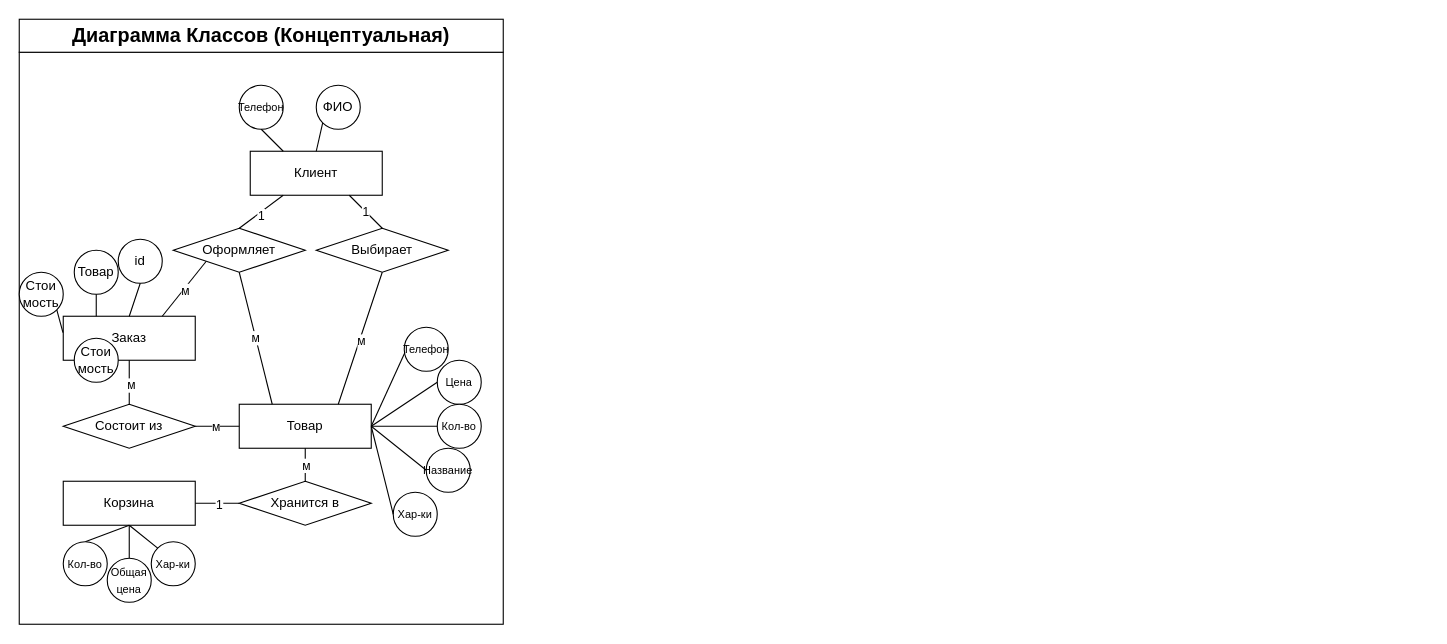
randomRETARDpills2007/Kypco8a9 keeps this draw.io diagram as page "Class Концептуальная" (4 of 6) of Диаграмма_вариантов_использования.drawio. Above is the earlier version. Source tidied: cells renumbered, new cells numbered last; positions are measured from the earlier drawing's top-left corner, leaving out a move shared by most shapes. Both pictures are drawn from the tidied source at 110%, with x=0, y=0 at pixel (19, 19).
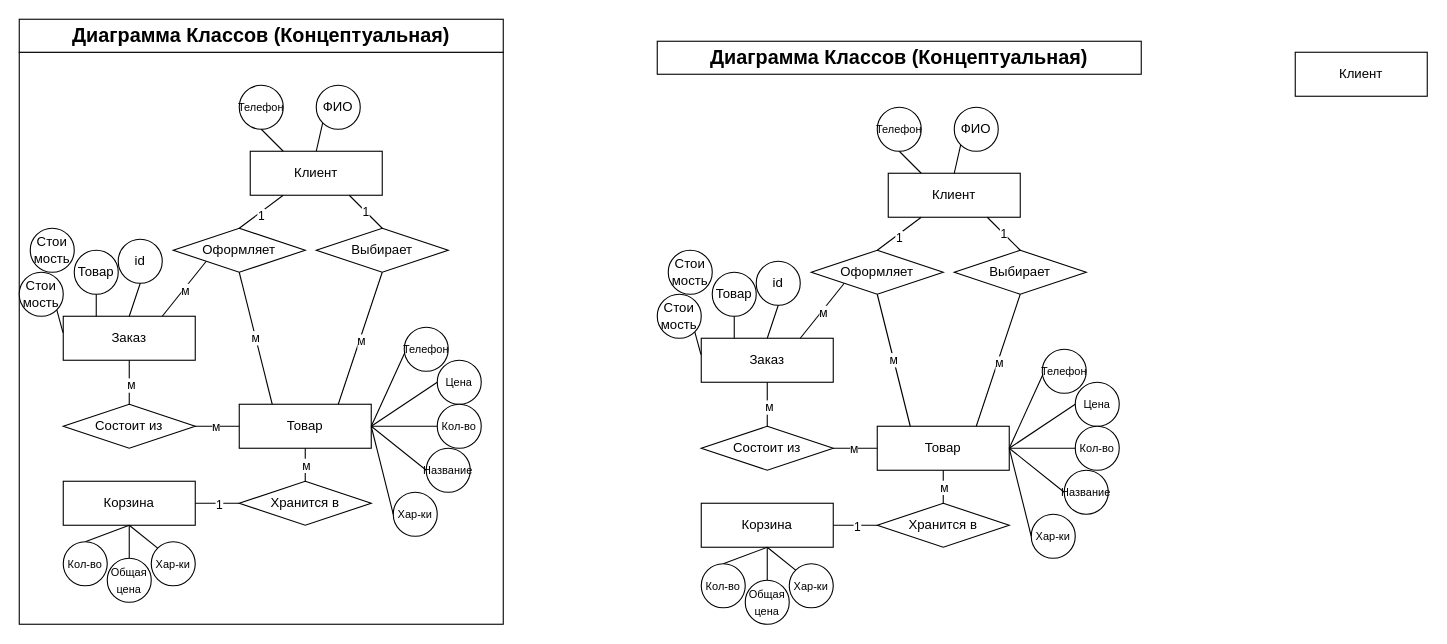
The same page after the edit.

Diff of the diagram source:
```diff
@@
     <mxCell id="56" value="Стои&lt;br&gt;мость" style="ellipse;whiteSpace=wrap;html=1;rotation=0;" parent="1" vertex="1">
-      <mxGeometry x="50" y="290" width="40" height="40" as="geometry" />
+      <mxGeometry x="10" y="190" width="40" height="40" as="geometry" />
     </mxCell>
+    <mxCell id="57" value="Клиент" style="rounded=0;whiteSpace=wrap;html=1;" parent="1" vertex="1">
+      <mxGeometry x="790" y="140" width="120" height="40" as="geometry" />
+    </mxCell>
+    <mxCell id="58" value="Заказ" style="rounded=0;whiteSpace=wrap;html=1;" parent="1" vertex="1">
+      <mxGeometry x="620" y="290" width="120" height="40" as="geometry" />
+    </mxCell>
+    <mxCell id="59" value="Товар" style="rounded=0;whiteSpace=wrap;html=1;" parent="1" vertex="1">
+      <mxGeometry x="780" y="370" width="120" height="40" as="geometry" />
+    </mxCell>
+    <mxCell id="60" value="Корзина" style="rounded=0;whiteSpace=wrap;html=1;" parent="1" vertex="1">
+      <mxGeometry x="620" y="440" width="120" height="40" as="geometry" />
+    </mxCell>
+    <mxCell id="61" value="ФИО" style="ellipse;whiteSpace=wrap;html=1;" parent="1" vertex="1">
+      <mxGeometry x="850" y="80" width="40" height="40" as="geometry" />
+    </mxCell>
+    <mxCell id="62" value="&lt;font style=&quot;font-size: 10px;&quot;&gt;Телефон&lt;/font&gt;" style="ellipse;whiteSpace=wrap;html=1;" parent="1" vertex="1">
+      <mxGeometry x="780" y="80" width="40" height="40" as="geometry" />
+    </mxCell>
+    <mxCell id="63" value="Оформляет" style="rhombus;whiteSpace=wrap;html=1;rounded=0;" parent="1" vertex="1">
+      <mxGeometry x="720" y="210" width="120" height="40" as="geometry" />
+    </mxCell>
+    <mxCell id="64" value="Выбирает" style="rhombus;whiteSpace=wrap;html=1;rounded=0;" parent="1" vertex="1">
+      <mxGeometry x="850" y="210" width="120" height="40" as="geometry" />
+    </mxCell>
+    <mxCell id="65" style="endArrow=none;html=1;rounded=0;exitX=0;exitY=1;exitDx=0;exitDy=0;entryX=0.5;entryY=0;entryDx=0;entryDy=0;" parent="1" edge="1" source="61" target="57">
+      <mxGeometry relative="1" as="geometry" />
+    </mxCell>
+    <mxCell id="66" style="endArrow=none;html=1;rounded=0;exitX=0.5;exitY=1;exitDx=0;exitDy=0;entryX=0.25;entryY=0;entryDx=0;entryDy=0;" parent="1" edge="1" source="62" target="57">
+      <mxGeometry relative="1" as="geometry" />
+    </mxCell>
+    <mxCell id="67" style="endArrow=none;html=1;rounded=0;exitX=0.25;exitY=1;exitDx=0;exitDy=0;entryX=0.5;entryY=0;entryDx=0;entryDy=0;" parent="1" edge="1" source="57" target="63">
+      <mxGeometry relative="1" as="geometry" />
+    </mxCell>
+    <mxCell id="68" value="1" style="edgeLabel;html=1;align=center;verticalAlign=middle;" parent="67" vertex="1">
+      <mxGeometry y="4" relative="1" as="geometry">
+        <mxPoint x="-3" as="offset" />
+      </mxGeometry>
+    </mxCell>
+    <mxCell id="69" style="endArrow=none;html=1;rounded=0;entryX=0.5;entryY=0;entryDx=0;entryDy=0;exitX=0.75;exitY=1;exitDx=0;exitDy=0;" parent="1" edge="1" source="57" target="64">
+      <mxGeometry relative="1" as="geometry" />
+    </mxCell>
+    <mxCell id="70" value="1" style="edgeLabel;html=1;align=center;verticalAlign=middle;" parent="69" vertex="1">
+      <mxGeometry relative="1" as="geometry" />
+    </mxCell>
+    <mxCell id="71" style="endArrow=none;html=1;rounded=0;entryX=0;entryY=1;entryDx=0;entryDy=0;exitX=0.75;exitY=0;exitDx=0;exitDy=0;" parent="1" edge="1" source="58" target="63">
+      <mxGeometry relative="1" as="geometry" />
+    </mxCell>
+    <mxCell id="72" value="м" style="edgeLabel;html=1;align=center;verticalAlign=middle;" parent="71" vertex="1">
+      <mxGeometry x="-0.04" y="-1" relative="1" as="geometry" />
+    </mxCell>
+    <mxCell id="73" style="endArrow=none;html=1;rounded=0;entryX=0.5;entryY=1;entryDx=0;entryDy=0;exitX=0.25;exitY=0;exitDx=0;exitDy=0;" parent="1" edge="1" source="59" target="63">
+      <mxGeometry relative="1" as="geometry" />
+    </mxCell>
+    <mxCell id="74" value="м" style="edgeLabel;html=1;align=center;verticalAlign=middle;" parent="73" vertex="1">
+      <mxGeometry relative="1" as="geometry" />
+    </mxCell>
+    <mxCell id="75" style="endArrow=none;html=1;rounded=0;entryX=0.5;entryY=1;entryDx=0;entryDy=0;exitX=0.75;exitY=0;exitDx=0;exitDy=0;" parent="1" edge="1" source="59" target="64">
+      <mxGeometry relative="1" as="geometry" />
+    </mxCell>
+    <mxCell id="76" value="м" style="edgeLabel;html=1;align=center;verticalAlign=middle;" parent="75" vertex="1">
+      <mxGeometry x="-0.04" y="-1" relative="1" as="geometry" />
+    </mxCell>
+    <mxCell id="77" value="&lt;font style=&quot;font-size: 10px;&quot;&gt;Телефон&lt;/font&gt;" style="ellipse;whiteSpace=wrap;html=1;" parent="1" vertex="1">
+      <mxGeometry x="930" y="300" width="40" height="40" as="geometry" />
+    </mxCell>
+    <mxCell id="78" value="&lt;font style=&quot;font-size: 10px;&quot;&gt;Цена&lt;/font&gt;" style="ellipse;whiteSpace=wrap;html=1;" parent="1" vertex="1">
+      <mxGeometry x="960" y="330" width="40" height="40" as="geometry" />
+    </mxCell>
+    <mxCell id="79" value="&lt;font style=&quot;font-size: 10px;&quot;&gt;Кол-во&lt;/font&gt;" style="ellipse;whiteSpace=wrap;html=1;" parent="1" vertex="1">
+      <mxGeometry x="960" y="370" width="40" height="40" as="geometry" />
+    </mxCell>
+    <mxCell id="80" value="&lt;font style=&quot;font-size: 10px;&quot;&gt;Название&lt;/font&gt;" style="ellipse;whiteSpace=wrap;html=1;" parent="1" vertex="1">
+      <mxGeometry x="950" y="410" width="40" height="40" as="geometry" />
+    </mxCell>
+    <mxCell id="81" value="&lt;font style=&quot;font-size: 10px;&quot;&gt;Хар-ки&lt;/font&gt;" style="ellipse;whiteSpace=wrap;html=1;" parent="1" vertex="1">
+      <mxGeometry x="920" y="450" width="40" height="40" as="geometry" />
+    </mxCell>
+    <mxCell id="82" style="endArrow=none;html=1;rounded=0;exitX=1;exitY=0.5;exitDx=0;exitDy=0;entryX=0.015;entryY=0.575;entryDx=0;entryDy=0;entryPerimeter=0;" parent="1" edge="1" source="59" target="77">
+      <mxGeometry relative="1" as="geometry" />
+    </mxCell>
+    <mxCell id="83" style="endArrow=none;html=1;rounded=0;exitX=1;exitY=0.5;exitDx=0;exitDy=0;entryX=0;entryY=0.5;entryDx=0;entryDy=0;" parent="1" edge="1" source="59" target="78">
+      <mxGeometry relative="1" as="geometry" />
+    </mxCell>
+    <mxCell id="84" style="endArrow=none;html=1;rounded=0;exitX=0;exitY=0.5;exitDx=0;exitDy=0;entryX=1;entryY=0.5;entryDx=0;entryDy=0;" parent="1" edge="1" source="80" target="59">
+      <mxGeometry relative="1" as="geometry" />
+    </mxCell>
+    <mxCell id="85" style="endArrow=none;html=1;rounded=0;entryX=1;entryY=0.5;entryDx=0;entryDy=0;exitX=0;exitY=0.5;exitDx=0;exitDy=0;" parent="1" edge="1" source="79" target="59">
+      <mxGeometry relative="1" as="geometry" />
+    </mxCell>
+    <mxCell id="86" style="endArrow=none;html=1;rounded=0;entryX=1;entryY=0.5;entryDx=0;entryDy=0;exitX=0;exitY=0.5;exitDx=0;exitDy=0;" parent="1" edge="1" source="81" target="59">
+      <mxGeometry relative="1" as="geometry" />
+    </mxCell>
+    <mxCell id="87" value="Хранится в" style="rhombus;whiteSpace=wrap;html=1;rounded=0;" parent="1" vertex="1">
+      <mxGeometry x="780" y="440" width="120" height="40" as="geometry" />
+    </mxCell>
+    <mxCell id="88" style="endArrow=none;html=1;rounded=0;exitX=0.5;exitY=0;exitDx=0;exitDy=0;entryX=0.5;entryY=1;entryDx=0;entryDy=0;" parent="1" edge="1" source="93" target="60">
+      <mxGeometry relative="1" as="geometry" />
+    </mxCell>
+    <mxCell id="89" style="endArrow=none;html=1;rounded=0;exitX=0.5;exitY=0;exitDx=0;exitDy=0;entryX=0.5;entryY=1;entryDx=0;entryDy=0;" parent="1" edge="1" source="87" target="59">
+      <mxGeometry relative="1" as="geometry" />
+    </mxCell>
+    <mxCell id="90" value="м" style="edgeLabel;html=1;align=center;verticalAlign=middle;" parent="89" vertex="1">
+      <mxGeometry x="0.03" relative="1" as="geometry" />
+    </mxCell>
+    <mxCell id="91" style="endArrow=none;html=1;rounded=0;exitX=1;exitY=0.5;exitDx=0;exitDy=0;entryX=0;entryY=0.5;entryDx=0;entryDy=0;" parent="1" edge="1" source="60" target="87">
+      <mxGeometry relative="1" as="geometry" />
+    </mxCell>
+    <mxCell id="92" value="1" style="edgeLabel;html=1;align=center;verticalAlign=middle;" parent="91" vertex="1">
+      <mxGeometry x="0.03" relative="1" as="geometry">
+        <mxPoint y="1" as="offset" />
+      </mxGeometry>
+    </mxCell>
+    <mxCell id="93" value="&lt;font style=&quot;font-size: 10px;&quot;&gt;Кол-во&lt;/font&gt;" style="ellipse;whiteSpace=wrap;html=1;" parent="1" vertex="1">
+      <mxGeometry x="620" y="495" width="40" height="40" as="geometry" />
+    </mxCell>
+    <mxCell id="94" value="&lt;font style=&quot;font-size: 10px;&quot;&gt;Общая цена&lt;/font&gt;" style="ellipse;whiteSpace=wrap;html=1;" parent="1" vertex="1">
+      <mxGeometry x="660" y="510" width="40" height="40" as="geometry" />
+    </mxCell>
+    <mxCell id="95" value="&lt;font style=&quot;font-size: 10px;&quot;&gt;Хар-ки&lt;/font&gt;" style="ellipse;whiteSpace=wrap;html=1;" parent="1" vertex="1">
+      <mxGeometry x="700" y="495" width="40" height="40" as="geometry" />
+    </mxCell>
+    <mxCell id="96" style="endArrow=none;html=1;rounded=0;entryX=0.5;entryY=1;entryDx=0;entryDy=0;exitX=0.5;exitY=0;exitDx=0;exitDy=0;" parent="1" edge="1" source="94" target="60">
+      <mxGeometry relative="1" as="geometry" />
+    </mxCell>
+    <mxCell id="97" style="endArrow=none;html=1;rounded=0;entryX=0.5;entryY=1;entryDx=0;entryDy=0;exitX=0;exitY=0;exitDx=0;exitDy=0;" parent="1" edge="1" source="95" target="60">
+      <mxGeometry relative="1" as="geometry" />
+    </mxCell>
+    <mxCell id="98" value="id" style="ellipse;whiteSpace=wrap;html=1;" parent="1" vertex="1">
+      <mxGeometry x="670" y="220" width="40" height="40" as="geometry" />
+    </mxCell>
+    <mxCell id="99" value="Товар" style="ellipse;whiteSpace=wrap;html=1;" parent="1" vertex="1">
+      <mxGeometry x="630" y="230" width="40" height="40" as="geometry" />
+    </mxCell>
+    <mxCell id="100" value="Стои&lt;br&gt;мость" style="ellipse;whiteSpace=wrap;html=1;rotation=0;" parent="1" vertex="1">
+      <mxGeometry x="580" y="250" width="40" height="40" as="geometry" />
+    </mxCell>
+    <mxCell id="101" style="endArrow=none;html=1;rounded=0;exitX=0.5;exitY=1;exitDx=0;exitDy=0;entryX=0.5;entryY=0;entryDx=0;entryDy=0;" parent="1" edge="1" source="98" target="58">
+      <mxGeometry relative="1" as="geometry" />
+    </mxCell>
+    <mxCell id="102" style="endArrow=none;html=1;rounded=0;exitX=0.5;exitY=1;exitDx=0;exitDy=0;entryX=0.25;entryY=0;entryDx=0;entryDy=0;" parent="1" edge="1" source="99" target="58">
+      <mxGeometry relative="1" as="geometry" />
+    </mxCell>
+    <mxCell id="103" style="endArrow=none;html=1;rounded=0;exitX=1;exitY=1;exitDx=0;exitDy=0;entryX=-0.002;entryY=0.374;entryDx=0;entryDy=0;entryPerimeter=0;" parent="1" edge="1" source="100" target="58">
+      <mxGeometry relative="1" as="geometry" />
+    </mxCell>
+    <mxCell id="104" value="Состоит из" style="rhombus;whiteSpace=wrap;html=1;rounded=0;" parent="1" vertex="1">
+      <mxGeometry x="620" y="370" width="120" height="40" as="geometry" />
+    </mxCell>
+    <mxCell id="105" style="endArrow=none;html=1;rounded=0;entryX=0.5;entryY=1;entryDx=0;entryDy=0;exitX=0.5;exitY=0;exitDx=0;exitDy=0;" parent="1" edge="1" source="104" target="58">
+      <mxGeometry relative="1" as="geometry" />
+    </mxCell>
+    <mxCell id="106" value="м" style="edgeLabel;html=1;align=center;verticalAlign=middle;" parent="105" vertex="1">
+      <mxGeometry x="-0.09" y="-1" relative="1" as="geometry" />
+    </mxCell>
+    <mxCell id="107" style="endArrow=none;html=1;rounded=0;entryX=1;entryY=0.5;entryDx=0;entryDy=0;exitX=0;exitY=0.5;exitDx=0;exitDy=0;" parent="1" edge="1" source="59" target="104">
+      <mxGeometry relative="1" as="geometry" />
+    </mxCell>
+    <mxCell id="108" value="м" style="edgeLabel;html=1;align=center;verticalAlign=middle;" parent="107" vertex="1">
+      <mxGeometry x="0.11" relative="1" as="geometry" />
+    </mxCell>
+    <mxCell id="109" value="&lt;font style=&quot;font-size: 18px;&quot;&gt;&lt;b&gt;Диаграмма Классов (Концептуальная)&lt;/b&gt;&lt;/font&gt;" style="rounded=0;whiteSpace=wrap;html=1;" parent="1" vertex="1">
+      <mxGeometry x="580" y="20" width="440" height="30" as="geometry" />
+    </mxCell>
+    <mxCell id="110" value="Стои&lt;br&gt;мость" style="ellipse;whiteSpace=wrap;html=1;rotation=0;" parent="1" vertex="1">
+      <mxGeometry x="590" y="210" width="40" height="40" as="geometry" />
+    </mxCell>
+    <mxCell id="111" value="Клиент" style="rounded=0;whiteSpace=wrap;html=1;" parent="1" vertex="1">
+      <mxGeometry x="1160" y="30" width="120" height="40" as="geometry" />
+    </mxCell>
```
